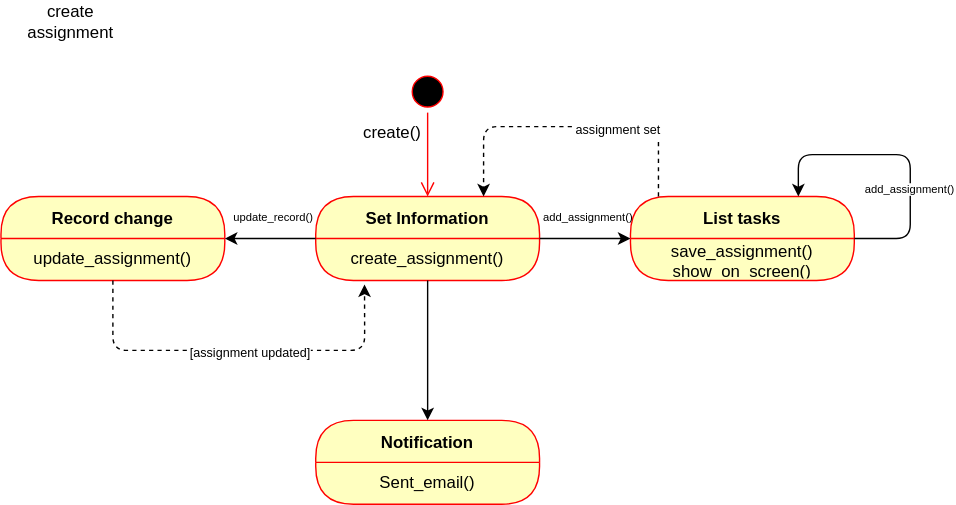
The draw.io diagram AnAnalysisModel.drawio.svg in ivondrak/SWE2025, before a commit. Source tidied: cells renumbered, new cells last; positions are measured from the earlier drawing's top-left corner, leaving out a move shared by most shapes.
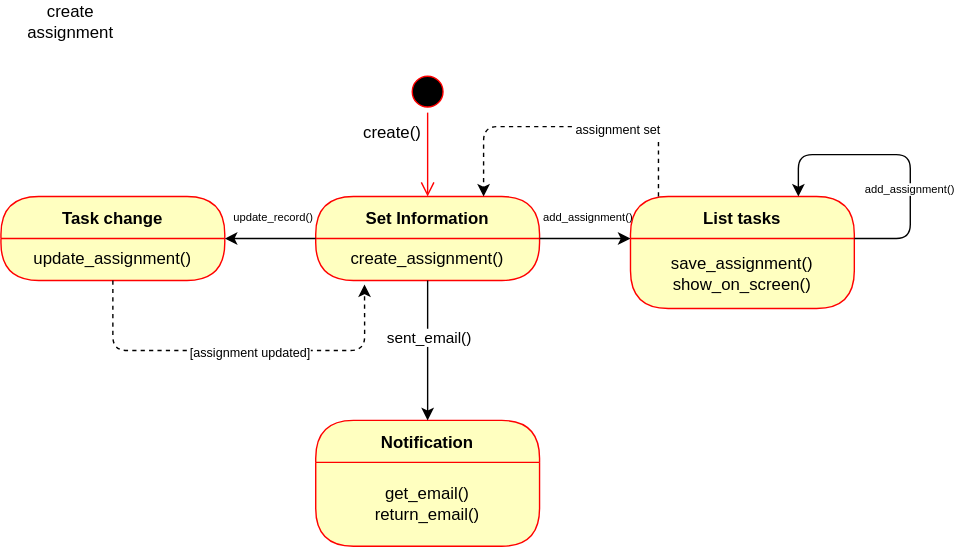
After the change.

Commit message:
task-statechart update 2

Diff of the diagram source:
```diff
@@ -22,7 +22,7 @@
         <mxPoint x="305" y="140" as="targetPoint" />
       </mxGeometry>
     </mxCell>
-    <mxCell id="8" value="Record change" style="swimlane;fontStyle=1;align=center;verticalAlign=middle;horizontal=1;startSize=30;fontColor=#000000;rounded=1;arcSize=30;strokeColor=#ff0000;fillColor=#ffffc0;swimlaneFillColor=#ffffc0;" parent="1" vertex="1">
+    <mxCell id="8" value="Task change" style="swimlane;fontStyle=1;align=center;verticalAlign=middle;horizontal=1;startSize=30;fontColor=#000000;rounded=1;arcSize=30;strokeColor=#ff0000;fillColor=#ffffc0;swimlaneFillColor=#ffffc0;" parent="1" vertex="1">
       <mxGeometry y="140" width="160" height="60" as="geometry" />
     </mxCell>
     <mxCell id="9" value="update_assignment()" style="text;html=1;strokeColor=none;fillColor=none;align=center;verticalAlign=middle;spacingLeft=4;spacingRight=4;whiteSpace=wrap;overflow=hidden;fontColor=#000000;" parent="8" vertex="1">
@@ -35,10 +35,10 @@
       <mxGeometry x="165" y="140" width="60" height="30" as="geometry" />
     </mxCell>
     <mxCell id="12" value="List tasks" style="swimlane;fontStyle=1;align=center;verticalAlign=middle;horizontal=1;startSize=30;fontColor=#000000;rounded=1;arcSize=30;strokeColor=#ff0000;fillColor=#ffffc0;swimlaneFillColor=#ffffc0;" parent="1" vertex="1">
-      <mxGeometry x="450" y="140" width="160" height="60" as="geometry" />
+      <mxGeometry x="450" y="140" width="160" height="80" as="geometry" />
     </mxCell>
     <mxCell id="13" value="save_assignment()&lt;br&gt;show_on_screen()" style="text;html=1;strokeColor=none;fillColor=none;align=center;verticalAlign=middle;spacingLeft=4;spacingRight=4;whiteSpace=wrap;overflow=hidden;fontColor=#000000;" parent="12" vertex="1">
-      <mxGeometry y="30" width="160" height="30" as="geometry" />
+      <mxGeometry y="30" width="160" height="50" as="geometry" />
     </mxCell>
     <mxCell id="14" style="edgeStyle=none;html=1;exitX=1;exitY=0;exitDx=0;exitDy=0;entryX=0;entryY=0;entryDx=0;entryDy=0;" parent="1" edge="1" source="5" target="13">
       <mxGeometry relative="1" as="geometry" />
@@ -83,13 +83,16 @@
       <mxGeometry x="0.06" y="-1" relative="1" as="geometry" />
     </mxCell>
     <mxCell id="22" value="Notification" style="swimlane;fontStyle=1;align=center;verticalAlign=middle;horizontal=1;startSize=30;fontColor=#000000;rounded=1;arcSize=30;strokeColor=#ff0000;fillColor=#ffffc0;swimlaneFillColor=#ffffc0;" parent="1" vertex="1">
-      <mxGeometry x="225" y="300" width="160" height="60" as="geometry" />
+      <mxGeometry x="225" y="300" width="160" height="90" as="geometry" />
     </mxCell>
-    <mxCell id="23" value="Sent_email()" style="text;html=1;strokeColor=none;fillColor=none;align=center;verticalAlign=middle;spacingLeft=4;spacingRight=4;whiteSpace=wrap;overflow=hidden;fontColor=#000000;" parent="22" vertex="1">
-      <mxGeometry y="30" width="160" height="30" as="geometry" />
+    <mxCell id="23" value="get_email()&lt;br&gt;return_email()" style="text;html=1;strokeColor=none;fillColor=none;align=center;verticalAlign=middle;spacingLeft=4;spacingRight=4;whiteSpace=wrap;overflow=hidden;fontColor=#000000;" parent="22" vertex="1">
+      <mxGeometry y="30" width="160" height="60" as="geometry" />
     </mxCell>
     <mxCell id="24" style="edgeStyle=none;html=1;exitX=0.5;exitY=1;exitDx=0;exitDy=0;entryX=0.5;entryY=0;entryDx=0;entryDy=0;" parent="1" edge="1" source="5" target="22">
       <mxGeometry relative="1" as="geometry" />
     </mxCell>
+    <mxCell id="25" value="sent_email()" style="edgeLabel;html=1;align=center;verticalAlign=middle;" parent="24" vertex="1">
+      <mxGeometry x="-0.2" relative="1" as="geometry" />
+    </mxCell>
   </root>
 </mxGraphModel>
```
